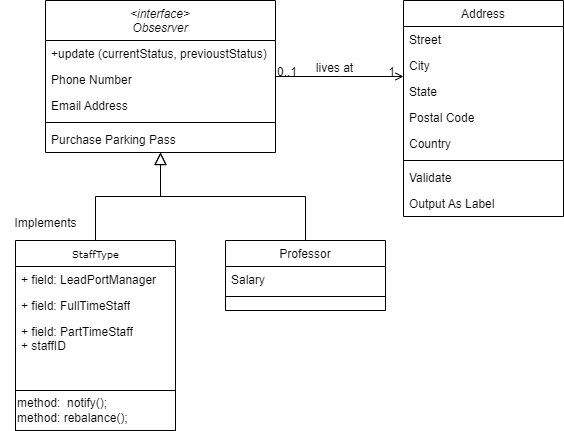
Earlier version of the draw.io export Observer Diag.drawio.png (jimmyjazz31/CSSFinalProject). Source tidied: cells renumbered, new cells last; positions are measured from the earlier drawing's top-left corner, leaving out a move shared by most shapes.
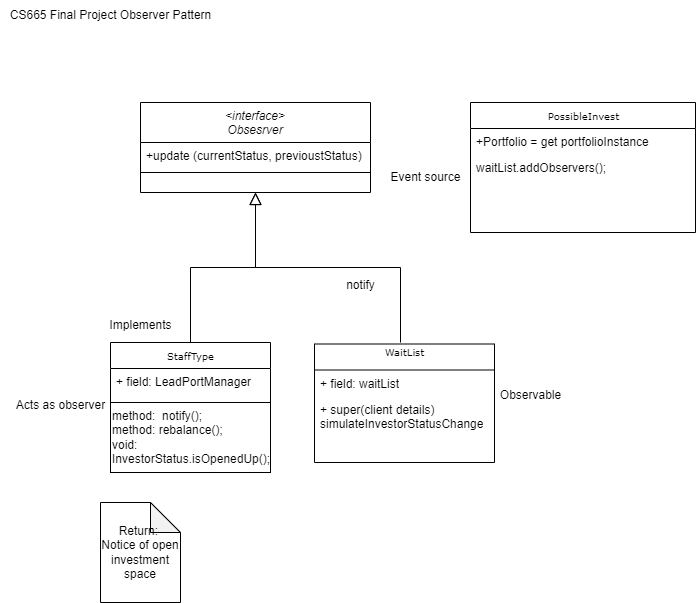
After the change.

The edit, as a diff of the source:
```diff
@@ -3,104 +3,71 @@
     <mxCell id="0" />
     <mxCell id="1" parent="0" />
     <mxCell id="2" value="&lt;interface&gt;&#10;Obsesrver" style="swimlane;fontStyle=2;align=center;verticalAlign=top;horizontal=1;startSize=40;rounded=0;shadow=0;strokeWidth=1;" parent="1" vertex="1">
-      <mxGeometry x="45" width="230" height="152" as="geometry" />
+      <mxGeometry x="45" width="230" height="90" as="geometry" />
     </mxCell>
     <mxCell id="3" value="+update (currentStatus, previoustStatus)" style="text;align=left;verticalAlign=top;spacingLeft=4;spacingRight=4;overflow=hidden;" parent="2" vertex="1">
       <mxGeometry y="40" width="230" height="26" as="geometry" />
     </mxCell>
-    <mxCell id="4" value="Phone Number" style="text;align=left;verticalAlign=top;spacingLeft=4;spacingRight=4;overflow=hidden;rounded=0;shadow=0;html=0;" parent="2" vertex="1">
-      <mxGeometry y="66" width="230" height="26" as="geometry" />
-    </mxCell>
-    <mxCell id="5" value="Email Address" style="text;align=left;verticalAlign=top;spacingLeft=4;spacingRight=4;overflow=hidden;rounded=0;shadow=0;html=0;" parent="2" vertex="1">
-      <mxGeometry y="92" width="230" height="26" as="geometry" />
-    </mxCell>
     <mxCell id="6" style="line;html=1;strokeWidth=1;align=left;verticalAlign=middle;spacingTop=-1;spacingLeft=3;spacingRight=3;labelPosition=right;" parent="2" vertex="1">
-      <mxGeometry y="118" width="230" height="8" as="geometry" />
+      <mxGeometry y="66" width="230" height="8" as="geometry" />
     </mxCell>
-    <mxCell id="7" value="Purchase Parking Pass" style="text;align=left;verticalAlign=top;spacingLeft=4;spacingRight=4;overflow=hidden;" parent="2" vertex="1">
-      <mxGeometry y="126" width="230" height="26" as="geometry" />
-    </mxCell>
     <mxCell id="8" style="endArrow=block;endSize=10;endFill=0;shadow=0;strokeWidth=1;rounded=0;curved=0;edgeStyle=elbowEdgeStyle;elbow=vertical;" parent="1" edge="1" target="2">
       <mxGeometry relative="1" as="geometry">
         <mxPoint x="95" y="240" as="sourcePoint" />
       </mxGeometry>
     </mxCell>
-    <mxCell id="9" value="Professor" style="swimlane;fontStyle=0;align=center;verticalAlign=top;horizontal=1;startSize=26;rounded=0;shadow=0;strokeWidth=1;" parent="1" vertex="1">
-      <mxGeometry x="225" y="240" width="160" height="70" as="geometry" />
-    </mxCell>
-    <mxCell id="10" value="Salary" style="text;align=left;verticalAlign=top;spacingLeft=4;spacingRight=4;overflow=hidden;" parent="9" vertex="1">
-      <mxGeometry y="26" width="160" height="26" as="geometry" />
-    </mxCell>
-    <mxCell id="11" style="line;html=1;strokeWidth=1;align=left;verticalAlign=middle;spacingTop=-1;spacingLeft=3;spacingRight=3;labelPosition=right;" parent="9" vertex="1">
-      <mxGeometry y="52" width="160" height="8" as="geometry" />
-    </mxCell>
-    <mxCell id="12" style="endArrow=block;endSize=10;endFill=0;shadow=0;strokeWidth=1;rounded=0;curved=0;edgeStyle=elbowEdgeStyle;elbow=vertical;" parent="1" edge="1" source="9" target="2">
-      <mxGeometry relative="1" as="geometry" />
+    <mxCell id="12" style="endArrow=block;endSize=10;endFill=0;shadow=0;strokeWidth=1;rounded=0;curved=0;edgeStyle=elbowEdgeStyle;elbow=vertical;" parent="1" edge="1" target="2">
+      <mxGeometry relative="1" as="geometry">
+        <mxPoint x="305" y="240" as="sourcePoint" />
+      </mxGeometry>
     </mxCell>
-    <mxCell id="13" value="Address" style="swimlane;fontStyle=0;align=center;verticalAlign=top;horizontal=1;startSize=26;rounded=0;shadow=0;strokeWidth=1;" parent="1" vertex="1">
-      <mxGeometry x="403" width="160" height="216" as="geometry" />
-    </mxCell>
-    <mxCell id="14" value="Street" style="text;align=left;verticalAlign=top;spacingLeft=4;spacingRight=4;overflow=hidden;" parent="13" vertex="1">
-      <mxGeometry y="26" width="160" height="26" as="geometry" />
-    </mxCell>
-    <mxCell id="15" value="City" style="text;align=left;verticalAlign=top;spacingLeft=4;spacingRight=4;overflow=hidden;rounded=0;shadow=0;html=0;" parent="13" vertex="1">
-      <mxGeometry y="52" width="160" height="26" as="geometry" />
-    </mxCell>
-    <mxCell id="16" value="State" style="text;align=left;verticalAlign=top;spacingLeft=4;spacingRight=4;overflow=hidden;rounded=0;shadow=0;html=0;" parent="13" vertex="1">
-      <mxGeometry y="78" width="160" height="26" as="geometry" />
-    </mxCell>
-    <mxCell id="17" value="Postal Code" style="text;align=left;verticalAlign=top;spacingLeft=4;spacingRight=4;overflow=hidden;rounded=0;shadow=0;html=0;" parent="13" vertex="1">
-      <mxGeometry y="104" width="160" height="26" as="geometry" />
-    </mxCell>
-    <mxCell id="18" value="Country" style="text;align=left;verticalAlign=top;spacingLeft=4;spacingRight=4;overflow=hidden;rounded=0;shadow=0;html=0;" parent="13" vertex="1">
-      <mxGeometry y="130" width="160" height="26" as="geometry" />
-    </mxCell>
-    <mxCell id="19" style="line;html=1;strokeWidth=1;align=left;verticalAlign=middle;spacingTop=-1;spacingLeft=3;spacingRight=3;labelPosition=right;" parent="13" vertex="1">
-      <mxGeometry y="156" width="160" height="8" as="geometry" />
-    </mxCell>
-    <mxCell id="20" value="Validate" style="text;align=left;verticalAlign=top;spacingLeft=4;spacingRight=4;overflow=hidden;" parent="13" vertex="1">
-      <mxGeometry y="164" width="160" height="26" as="geometry" />
-    </mxCell>
-    <mxCell id="21" value="Output As Label" style="text;align=left;verticalAlign=top;spacingLeft=4;spacingRight=4;overflow=hidden;" parent="13" vertex="1">
-      <mxGeometry y="190" width="160" height="26" as="geometry" />
-    </mxCell>
-    <mxCell id="22" style="endArrow=open;shadow=0;strokeWidth=1;rounded=0;curved=0;endFill=1;edgeStyle=elbowEdgeStyle;elbow=vertical;" parent="1" edge="1" source="2" target="13">
-      <mxGeometry x="0.5" y="41" relative="1" as="geometry">
-        <mxPoint x="-40" y="32" as="offset" />
-      </mxGeometry>
-    </mxCell>
-    <mxCell id="23" value="0..1" style="align=left;verticalAlign=bottom;labelBackgroundColor=none;fontSize=12;" parent="22" vertex="1">
-      <mxGeometry x="-1" relative="1" as="geometry">
-        <mxPoint y="4" as="offset" />
-      </mxGeometry>
-    </mxCell>
-    <mxCell id="24" value="1" style="align=right;verticalAlign=bottom;labelBackgroundColor=none;fontSize=12;" parent="22" vertex="1">
-      <mxGeometry x="1" relative="1" as="geometry">
-        <mxPoint x="-7" y="4" as="offset" />
-      </mxGeometry>
-    </mxCell>
-    <mxCell id="25" value="lives at" style="text;html=1;align=center;verticalAlign=middle;labelBackgroundColor=none;rounded=0;shadow=0;strokeWidth=1;fontSize=12;" parent="22" vertex="1">
-      <mxGeometry x="0.5" y="49" relative="1" as="geometry">
-        <mxPoint x="-38" y="40" as="offset" />
-      </mxGeometry>
-    </mxCell>
     <mxCell id="26" value="StaffType" style="swimlane;html=1;fontStyle=0;horizontal=1;startSize=26;fillColor=none;swimlaneFillColor=#ffffff;rounded=0;shadow=0;comic=0;labelBackgroundColor=none;strokeWidth=1;fontFamily=Verdana;fontSize=10;align=center;" parent="1" vertex="1">
-      <mxGeometry x="15" y="240" width="160" height="150" as="geometry" />
+      <mxGeometry x="15" y="240" width="160" height="60" as="geometry" />
     </mxCell>
     <mxCell id="27" value="+ field: LeadPortManager" style="text;html=1;strokeColor=none;fillColor=none;align=left;verticalAlign=top;spacingLeft=4;spacingRight=4;whiteSpace=wrap;overflow=hidden;" parent="26" vertex="1">
       <mxGeometry y="26" width="160" height="26" as="geometry" />
     </mxCell>
-    <mxCell id="28" value="+ field: FullTimeStaff" style="text;html=1;strokeColor=none;fillColor=none;align=left;verticalAlign=top;spacingLeft=4;spacingRight=4;whiteSpace=wrap;overflow=hidden;" parent="26" vertex="1">
-      <mxGeometry y="52" width="160" height="26" as="geometry" />
-    </mxCell>
-    <mxCell id="29" value="+ field: PartTimeStaff&lt;div&gt;+ staffID&lt;/div&gt;" style="text;html=1;strokeColor=none;fillColor=none;align=left;verticalAlign=top;spacingLeft=4;spacingRight=4;whiteSpace=wrap;overflow=hidden;" parent="26" vertex="1">
-      <mxGeometry y="78" width="160" height="42" as="geometry" />
-    </mxCell>
     <mxCell id="30" value="Implements" style="text;html=1;align=center;verticalAlign=middle;strokeColor=none;fillColor=none;" parent="1" vertex="1">
       <mxGeometry y="208" width="90" height="30" as="geometry" />
     </mxCell>
-    <mxCell id="31" value="method:&amp;nbsp; notify();&lt;div&gt;method: rebalance();&lt;/div&gt;" style="rounded=0;whiteSpace=wrap;html=1;align=left;" parent="1" vertex="1">
-      <mxGeometry x="15" y="390" width="160" height="40" as="geometry" />
+    <mxCell id="31" value="method:&amp;nbsp; notify();&lt;div&gt;method: rebalance();&lt;/div&gt;&lt;div&gt;void: InvestorStatus.isOpenedUp();&lt;/div&gt;" style="rounded=0;whiteSpace=wrap;html=1;align=left;" parent="1" vertex="1">
+      <mxGeometry x="15" y="300" width="160" height="70" as="geometry" />
     </mxCell>
+    <mxCell id="32" value="Return:&amp;nbsp; Notice of open investment space" style="shape=note;whiteSpace=wrap;html=1;backgroundOutline=1;darkOpacity=0.05;" parent="1" vertex="1">
+      <mxGeometry x="5" y="400" width="80" height="100" as="geometry" />
+    </mxCell>
+    <mxCell id="33" value="WaitList&lt;div&gt;&lt;br&gt;&lt;/div&gt;" style="swimlane;html=1;fontStyle=0;horizontal=1;startSize=26;fillColor=none;swimlaneFillColor=#ffffff;rounded=0;shadow=0;comic=0;labelBackgroundColor=none;strokeWidth=1;fontFamily=Verdana;fontSize=10;align=center;" parent="1" vertex="1">
+      <mxGeometry x="219" y="241.5" width="180" height="118.5" as="geometry" />
+    </mxCell>
+    <mxCell id="34" value="+ field: waitList" style="text;html=1;strokeColor=none;fillColor=none;align=left;verticalAlign=top;spacingLeft=4;spacingRight=4;whiteSpace=wrap;overflow=hidden;" parent="33" vertex="1">
+      <mxGeometry y="26" width="180" height="26" as="geometry" />
+    </mxCell>
+    <mxCell id="35" value="+ super(client details)&amp;nbsp;&lt;div&gt;simulateInvestorStatusChange&lt;/div&gt;" style="text;html=1;strokeColor=none;fillColor=none;align=left;verticalAlign=top;spacingLeft=4;spacingRight=4;whiteSpace=wrap;overflow=hidden;" parent="33" vertex="1">
+      <mxGeometry y="52" width="180" height="58" as="geometry" />
+    </mxCell>
+    <mxCell id="36" value="PossibleInvest" style="swimlane;html=1;fontStyle=0;horizontal=1;startSize=26;fillColor=none;swimlaneFillColor=#ffffff;rounded=0;shadow=0;comic=0;labelBackgroundColor=none;strokeWidth=1;fontFamily=Verdana;fontSize=10;align=center;" parent="1" vertex="1">
+      <mxGeometry x="375" width="225" height="130" as="geometry" />
+    </mxCell>
+    <mxCell id="37" value="+Portfolio = get portfolioInstance" style="text;html=1;strokeColor=none;fillColor=none;align=left;verticalAlign=top;spacingLeft=4;spacingRight=4;whiteSpace=wrap;overflow=hidden;" parent="36" vertex="1">
+      <mxGeometry y="26" width="225" height="26" as="geometry" />
+    </mxCell>
+    <mxCell id="38" value="waitList.addObservers();&lt;div&gt;&lt;br&gt;&lt;/div&gt;" style="text;html=1;strokeColor=none;fillColor=none;align=left;verticalAlign=top;spacingLeft=4;spacingRight=4;whiteSpace=wrap;overflow=hidden;" parent="36" vertex="1">
+      <mxGeometry y="52" width="225" height="48" as="geometry" />
+    </mxCell>
+    <mxCell id="39" value="Observable" style="text;html=1;align=center;verticalAlign=middle;strokeColor=none;fillColor=none;" parent="1" vertex="1">
+      <mxGeometry x="395" y="278" width="80" height="30" as="geometry" />
+    </mxCell>
+    <mxCell id="40" value="Acts as observer" style="text;html=1;align=center;verticalAlign=middle;strokeColor=none;fillColor=none;" parent="1" vertex="1">
+      <mxGeometry x="-90" y="288" width="110" height="30" as="geometry" />
+    </mxCell>
+    <mxCell id="41" value="notify" style="text;html=1;align=center;verticalAlign=middle;strokeColor=none;fillColor=none;" parent="1" vertex="1">
+      <mxGeometry x="240" y="168" width="50" height="30" as="geometry" />
+    </mxCell>
+    <mxCell id="42" value="Event source" style="text;html=1;align=center;verticalAlign=middle;strokeColor=none;fillColor=none;" parent="1" vertex="1">
+      <mxGeometry x="285" y="60" width="90" height="30" as="geometry" />
+    </mxCell>
+    <mxCell id="43" value="CS665 Final Project Observer Pattern" style="text;html=1;align=center;verticalAlign=middle;strokeColor=none;fillColor=none;" parent="1" vertex="1">
+      <mxGeometry x="-95" y="-102" width="220" height="30" as="geometry" />
+    </mxCell>
   </root>
 </mxGraphModel>
```
